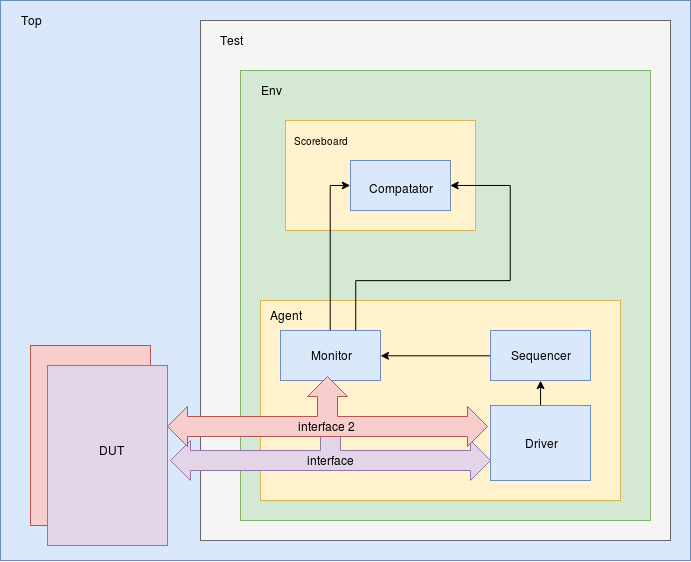
PedroHSCavalcante/mult-dut-parl-stim keeps this draw.io diagram as Diagram.png. Above is the earlier version. Source tidied: cells renumbered, new cells last; positions are measured from the earlier drawing's top-left corner, leaving out a move shared by most shapes.
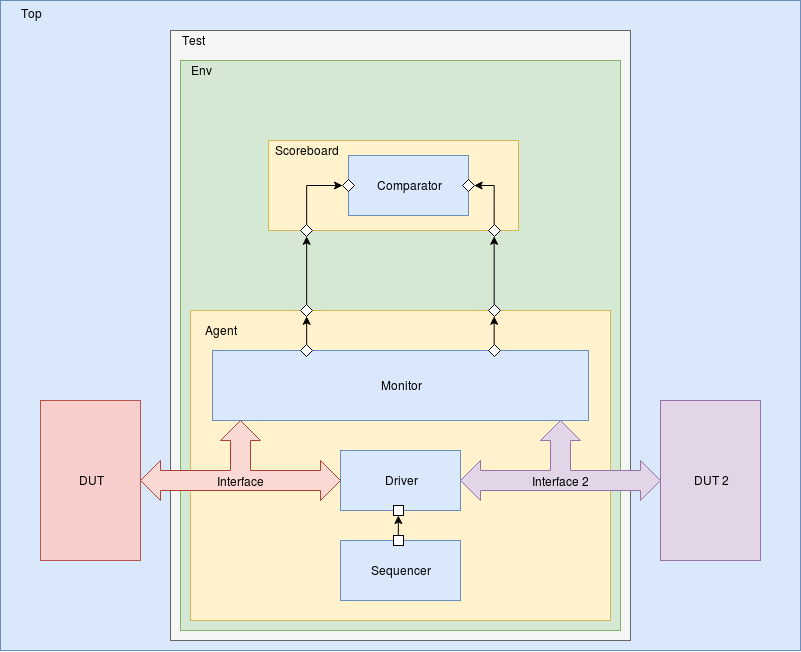
Later version of the same file.

Change to the diagram source:
```diff
@@ -3,91 +3,109 @@
     <mxCell id="0" />
     <mxCell id="1" parent="0" />
     <mxCell id="2" style="rounded=0;whiteSpace=wrap;html=1;fillColor=#dae8fc;strokeColor=#6c8ebf;" parent="1" vertex="1">
-      <mxGeometry width="690" height="560" as="geometry" />
+      <mxGeometry x="-340" y="-280" width="800" height="650" as="geometry" />
     </mxCell>
-    <mxCell id="3" style="rounded=0;whiteSpace=wrap;html=1;fillColor=#f8cecc;strokeColor=#b85450;" parent="1" vertex="1">
-      <mxGeometry x="30" y="345" width="120" height="180" as="geometry" />
+    <mxCell id="3" style="rounded=0;whiteSpace=wrap;html=1;fillColor=#f5f5f5;strokeColor=#666666;fontColor=#333333;" parent="1" vertex="1">
+      <mxGeometry x="-170" y="-250" width="460" height="610" as="geometry" />
     </mxCell>
-    <mxCell id="4" style="rounded=0;whiteSpace=wrap;html=1;fillColor=#f5f5f5;strokeColor=#666666;fontColor=#333333;" parent="1" vertex="1">
-      <mxGeometry x="200" y="20" width="470" height="520" as="geometry" />
+    <mxCell id="4" style="rounded=0;whiteSpace=wrap;html=1;fillColor=#d5e8d4;strokeColor=#82b366;" parent="1" vertex="1">
+      <mxGeometry x="-160" y="-220" width="440" height="570" as="geometry" />
     </mxCell>
-    <mxCell id="5" style="rounded=0;whiteSpace=wrap;html=1;fillColor=#d5e8d4;strokeColor=#82b366;" parent="1" vertex="1">
-      <mxGeometry x="240" y="70" width="410" height="450" as="geometry" />
+    <mxCell id="5" style="rounded=0;whiteSpace=wrap;html=1;fillColor=#fff2cc;strokeColor=#d6b656;" parent="1" vertex="1">
+      <mxGeometry x="-150" y="30" width="420" height="310" as="geometry" />
     </mxCell>
-    <mxCell id="6" style="rounded=0;whiteSpace=wrap;html=1;fillColor=#fff2cc;strokeColor=#d6b656;" parent="1" vertex="1">
-      <mxGeometry x="260" y="300" width="360" height="200" as="geometry" />
+    <mxCell id="6" value="Sequencer" style="rounded=0;whiteSpace=wrap;html=1;fillColor=#dae8fc;strokeColor=#6c8ebf;" parent="1" vertex="1">
+      <mxGeometry y="260" width="120" height="60" as="geometry" />
     </mxCell>
-    <mxCell id="7" style="rounded=0;whiteSpace=wrap;html=1;fillColor=#dae8fc;strokeColor=#6c8ebf;" parent="1" vertex="1">
-      <mxGeometry x="280" y="330" width="100" height="50" as="geometry" />
+    <mxCell id="7" value="Driver" style="rounded=0;whiteSpace=wrap;html=1;fillColor=#dae8fc;strokeColor=#6c8ebf;" parent="1" vertex="1">
+      <mxGeometry y="170" width="120" height="60" as="geometry" />
     </mxCell>
-    <mxCell id="8" style="edgeStyle=orthogonalEdgeStyle;rounded=0;jettySize=auto;html=1;exitX=0.5;exitY=0;exitDx=0;exitDy=0;entryX=0.5;entryY=1;entryDx=0;entryDy=0;" parent="1" edge="1" source="9" target="11">
-      <mxGeometry relative="1" as="geometry" />
+    <mxCell id="8" value="Monitor" style="rounded=0;whiteSpace=wrap;html=1;fillColor=#dae8fc;strokeColor=#6c8ebf;" parent="1" vertex="1">
+      <mxGeometry x="-128" y="70" width="376" height="70" as="geometry" />
     </mxCell>
-    <mxCell id="9" style="rounded=0;whiteSpace=wrap;html=1;fillColor=#dae8fc;strokeColor=#6c8ebf;" parent="1" vertex="1">
-      <mxGeometry x="490" y="405" width="100" height="75" as="geometry" />
+    <mxCell id="9" value="&lt;div&gt;&lt;br&gt;&lt;/div&gt;&lt;div&gt;&lt;br&gt;&lt;/div&gt;&lt;div&gt;&lt;br&gt;&lt;/div&gt;&lt;div&gt;Interface 2&lt;/div&gt;" style="html=1;shadow=0;dashed=0;align=center;verticalAlign=middle;shape=mxgraph.arrows2.triadArrow;dy=10;dx=20;arrowHead=40;fillColor=#e1d5e7;strokeColor=#9673a6;" parent="1" vertex="1">
+      <mxGeometry x="120" y="140" width="200" height="80" as="geometry" />
     </mxCell>
-    <mxCell id="10" style="edgeStyle=orthogonalEdgeStyle;rounded=0;jettySize=auto;html=1;exitX=0;exitY=0.5;exitDx=0;exitDy=0;entryX=1;entryY=0.5;entryDx=0;entryDy=0;" parent="1" edge="1" source="11" target="7">
-      <mxGeometry relative="1" as="geometry" />
+    <mxCell id="10" value="&lt;div&gt;&lt;br&gt;&lt;/div&gt;&lt;div&gt;&lt;br&gt;&lt;/div&gt;&lt;div&gt;&lt;br&gt;&lt;/div&gt;&lt;div&gt;Interface&lt;/div&gt;" style="html=1;shadow=0;dashed=0;align=center;verticalAlign=middle;shape=mxgraph.arrows2.triadArrow;dy=10;dx=20;arrowHead=40;fillColor=#fad9d5;strokeColor=#ae4132;" parent="1" vertex="1">
+      <mxGeometry x="-200" y="140" width="200" height="80" as="geometry" />
     </mxCell>
-    <mxCell id="11" value="Sequencer" style="rounded=0;whiteSpace=wrap;html=1;fillColor=#dae8fc;strokeColor=#6c8ebf;" parent="1" vertex="1">
-      <mxGeometry x="490" y="330" width="100" height="50" as="geometry" />
+    <mxCell id="11" value="Agent" style="text;html=1;strokeColor=none;fillColor=none;align=center;verticalAlign=middle;whiteSpace=wrap;rounded=0;" parent="1" vertex="1">
+      <mxGeometry x="-140" y="40" width="40" height="20" as="geometry" />
     </mxCell>
-    <mxCell id="12" value="Top" style="text;html=1;strokeColor=none;fillColor=none;align=center;verticalAlign=middle;whiteSpace=wrap;rounded=0;" parent="1" vertex="1">
-      <mxGeometry x="10" y="10" width="40" height="20" as="geometry" />
+    <mxCell id="12" value="DUT" style="rounded=0;whiteSpace=wrap;html=1;fillColor=#f8cecc;strokeColor=#b85450;" parent="1" vertex="1">
+      <mxGeometry x="-300" y="120" width="100" height="160" as="geometry" />
     </mxCell>
-    <mxCell id="13" value="Test" style="text;html=1;strokeColor=none;fillColor=none;align=center;verticalAlign=middle;whiteSpace=wrap;rounded=0;" parent="1" vertex="1">
-      <mxGeometry x="210" y="30" width="40" height="20" as="geometry" />
+    <mxCell id="13" value="DUT 2" style="rounded=0;whiteSpace=wrap;html=1;fillColor=#e1d5e7;strokeColor=#9673a6;" parent="1" vertex="1">
+      <mxGeometry x="320" y="120" width="100" height="160" as="geometry" />
     </mxCell>
-    <mxCell id="14" value="Env" style="text;html=1;strokeColor=none;fillColor=none;align=center;verticalAlign=middle;whiteSpace=wrap;rounded=0;" parent="1" vertex="1">
-      <mxGeometry x="250" y="80" width="40" height="20" as="geometry" />
+    <mxCell id="14" style="rounded=0;whiteSpace=wrap;html=1;fillColor=#fff2cc;strokeColor=#d6b656;" parent="1" vertex="1">
+      <mxGeometry x="-72" y="-140" width="250" height="90" as="geometry" />
     </mxCell>
-    <mxCell id="15" value="Monitor" style="text;html=1;strokeColor=none;fillColor=none;align=center;verticalAlign=middle;whiteSpace=wrap;rounded=0;" parent="1" vertex="1">
-      <mxGeometry x="310" y="345" width="40" height="20" as="geometry" />
+    <mxCell id="15" value="Comparator" style="rounded=0;whiteSpace=wrap;html=1;fillColor=#dae8fc;strokeColor=#6c8ebf;" parent="1" vertex="1">
+      <mxGeometry x="8" y="-125" width="120" height="60" as="geometry" />
     </mxCell>
-    <mxCell id="16" value="Driver" style="text;html=1;strokeColor=none;fillColor=none;align=center;verticalAlign=middle;whiteSpace=wrap;rounded=0;" parent="1" vertex="1">
-      <mxGeometry x="520" y="432.5" width="40" height="20" as="geometry" />
+    <mxCell id="16" style="edgeStyle=orthogonalEdgeStyle;rounded=0;jettySize=auto;html=1;exitX=0.5;exitY=0;exitDx=0;exitDy=0;entryX=0.5;entryY=1;entryDx=0;entryDy=0;" parent="1" edge="1" source="17" target="29">
+      <mxGeometry relative="1" as="geometry" />
     </mxCell>
-    <mxCell id="17" value="Agent" style="text;html=1;strokeColor=none;fillColor=none;align=center;verticalAlign=middle;whiteSpace=wrap;rounded=0;" parent="1" vertex="1">
-      <mxGeometry x="265" y="305" width="40" height="20" as="geometry" />
+    <mxCell id="17" style="rhombus;whiteSpace=wrap;html=1;" parent="1" vertex="1">
+      <mxGeometry x="-40" y="64" width="12" height="12" as="geometry" />
     </mxCell>
-    <mxCell id="18" style="rounded=0;whiteSpace=wrap;html=1;fillColor=#fff2cc;strokeColor=#d6b656;" parent="1" vertex="1">
-      <mxGeometry x="285" y="120" width="190" height="110" as="geometry" />
+    <mxCell id="18" style="edgeStyle=orthogonalEdgeStyle;rounded=0;jettySize=auto;html=1;exitX=0.5;exitY=0;exitDx=0;exitDy=0;entryX=0.5;entryY=1;entryDx=0;entryDy=0;" parent="1" edge="1" source="19" target="21">
+      <mxGeometry relative="1" as="geometry" />
     </mxCell>
-    <mxCell id="19" value="&lt;font style=&quot;font-size: 10px&quot;&gt;Scoreboard&lt;/font&gt;" style="text;html=1;strokeColor=none;fillColor=none;align=center;verticalAlign=middle;whiteSpace=wrap;rounded=0;" parent="1" vertex="1">
-      <mxGeometry x="300" y="130" width="40" height="20" as="geometry" />
+    <mxCell id="19" style="rhombus;whiteSpace=wrap;html=1;" parent="1" vertex="1">
+      <mxGeometry x="148" y="64" width="12" height="12" as="geometry" />
     </mxCell>
-    <mxCell id="20" style="group;" parent="1" vertex="1">
-      <mxGeometry x="350" y="160" width="100" height="50" as="geometry" />
+    <mxCell id="20" style="edgeStyle=orthogonalEdgeStyle;rounded=0;jettySize=auto;html=1;exitX=0.5;exitY=0;exitDx=0;exitDy=0;entryX=0.5;entryY=1;entryDx=0;entryDy=0;" parent="1" edge="1" source="21" target="23">
+      <mxGeometry relative="1" as="geometry" />
     </mxCell>
-    <mxCell id="21" style="rounded=0;whiteSpace=wrap;html=1;fillColor=#dae8fc;strokeColor=#6c8ebf;" parent="20" vertex="1">
-      <mxGeometry width="100" height="50" as="geometry" />
+    <mxCell id="21" style="rhombus;whiteSpace=wrap;html=1;" parent="1" vertex="1">
+      <mxGeometry x="148" y="24" width="12" height="12" as="geometry" />
     </mxCell>
-    <mxCell id="22" value="Compatator" style="text;html=1;strokeColor=none;fillColor=none;align=center;verticalAlign=middle;whiteSpace=wrap;rounded=0;" parent="20" vertex="1">
-      <mxGeometry x="30" y="20" width="40" height="15" as="geometry" />
+    <mxCell id="22" style="edgeStyle=orthogonalEdgeStyle;rounded=0;jettySize=auto;html=1;exitX=0.5;exitY=0;exitDx=0;exitDy=0;entryX=1;entryY=0.5;entryDx=0;entryDy=0;" parent="1" edge="1" source="23" target="24">
+      <mxGeometry relative="1" as="geometry" />
     </mxCell>
-    <mxCell id="23" style="edgeStyle=orthogonalEdgeStyle;rounded=0;jettySize=auto;html=1;exitX=0.75;exitY=0;exitDx=0;exitDy=0;entryX=1;entryY=0.5;entryDx=0;entryDy=0;" parent="1" edge="1" source="7" target="21">
-      <mxGeometry relative="1" as="geometry">
-        <Array as="points">
-          <mxPoint x="355" y="280" />
-          <mxPoint x="510" y="280" />
-          <mxPoint x="510" y="185" />
-        </Array>
-      </mxGeometry>
+    <mxCell id="23" style="rhombus;whiteSpace=wrap;html=1;" parent="1" vertex="1">
+      <mxGeometry x="148" y="-56" width="12" height="12" as="geometry" />
     </mxCell>
-    <mxCell id="24" style="rounded=0;whiteSpace=wrap;html=1;fillColor=#e1d5e7;strokeColor=#9673a6;" parent="1" vertex="1">
-      <mxGeometry x="47" y="365" width="120" height="180" as="geometry" />
+    <mxCell id="24" style="rhombus;whiteSpace=wrap;html=1;" parent="1" vertex="1">
+      <mxGeometry x="122" y="-101" width="12" height="12" as="geometry" />
     </mxCell>
-    <mxCell id="25" value="DUT" style="text;html=1;strokeColor=none;fillColor=none;align=center;verticalAlign=middle;whiteSpace=wrap;rounded=0;" parent="1" vertex="1">
-      <mxGeometry x="90" y="439.5" width="40" height="20" as="geometry" />
+    <mxCell id="25" style="rhombus;whiteSpace=wrap;html=1;" parent="1" vertex="1">
+      <mxGeometry x="2" y="-101" width="12" height="12" as="geometry" />
     </mxCell>
-    <mxCell id="26" style="edgeStyle=orthogonalEdgeStyle;rounded=0;jettySize=auto;html=1;exitX=0.5;exitY=0;exitDx=0;exitDy=0;entryX=0;entryY=0.5;entryDx=0;entryDy=0;" parent="1" edge="1" source="7" target="21">
+    <mxCell id="26" style="edgeStyle=orthogonalEdgeStyle;rounded=0;jettySize=auto;html=1;exitX=0.5;exitY=0;exitDx=0;exitDy=0;entryX=0;entryY=0.5;entryDx=0;entryDy=0;" parent="1" edge="1" source="27" target="25">
       <mxGeometry relative="1" as="geometry" />
     </mxCell>
-    <mxCell id="27" value="&lt;div&gt;&lt;br&gt;&lt;/div&gt;&lt;div&gt;&lt;br&gt;&lt;/div&gt;&lt;div&gt;interface&lt;/div&gt;" style="html=1;shadow=0;dashed=0;align=center;verticalAlign=middle;shape=mxgraph.arrows2.triadArrow;dy=10;dx=20;arrowHead=40;fillColor=#e1d5e7;strokeColor=#9673a6;" parent="1" vertex="1">
-      <mxGeometry x="170" y="410" width="320" height="70" as="geometry" />
+    <mxCell id="27" style="rhombus;whiteSpace=wrap;html=1;" parent="1" vertex="1">
+      <mxGeometry x="-40" y="-56" width="12" height="12" as="geometry" />
     </mxCell>
-    <mxCell id="28" value="&lt;div&gt;&lt;br&gt;&lt;/div&gt;&lt;div&gt;&lt;br&gt;&lt;/div&gt;&lt;div&gt;interface 2&lt;/div&gt;" style="html=1;shadow=0;dashed=0;align=center;verticalAlign=middle;shape=mxgraph.arrows2.triadArrow;dy=10;dx=20;arrowHead=40;fillColor=#f8cecc;strokeColor=#b85450;" parent="1" vertex="1">
-      <mxGeometry x="167" y="376" width="320" height="70" as="geometry" />
+    <mxCell id="28" style="edgeStyle=orthogonalEdgeStyle;rounded=0;jettySize=auto;html=1;exitX=0.5;exitY=0;exitDx=0;exitDy=0;entryX=0.5;entryY=1;entryDx=0;entryDy=0;" parent="1" edge="1" source="29" target="27">
+      <mxGeometry relative="1" as="geometry" />
     </mxCell>
+    <mxCell id="29" style="rhombus;whiteSpace=wrap;html=1;" parent="1" vertex="1">
+      <mxGeometry x="-40" y="24" width="12" height="12" as="geometry" />
+    </mxCell>
+    <mxCell id="30" style="edgeStyle=orthogonalEdgeStyle;rounded=0;jettySize=auto;html=1;exitX=0.5;exitY=0;exitDx=0;exitDy=0;entryX=0.5;entryY=1;entryDx=0;entryDy=0;" parent="1" edge="1" source="31" target="32">
+      <mxGeometry relative="1" as="geometry" />
+    </mxCell>
+    <mxCell id="31" style="rounded=0;whiteSpace=wrap;html=1;" parent="1" vertex="1">
+      <mxGeometry x="53" y="255" width="10" height="10" as="geometry" />
+    </mxCell>
+    <mxCell id="32" style="rounded=0;whiteSpace=wrap;html=1;" parent="1" vertex="1">
+      <mxGeometry x="53" y="225" width="10" height="10" as="geometry" />
+    </mxCell>
+    <mxCell id="33" value="Env" style="text;html=1;strokeColor=none;fillColor=none;align=center;verticalAlign=middle;whiteSpace=wrap;rounded=0;" parent="1" vertex="1">
+      <mxGeometry x="-160" y="-220" width="40" height="20" as="geometry" />
+    </mxCell>
+    <mxCell id="34" value="Test" style="text;html=1;strokeColor=none;fillColor=none;align=center;verticalAlign=middle;whiteSpace=wrap;rounded=0;" parent="1" vertex="1">
+      <mxGeometry x="-168" y="-250" width="40" height="20" as="geometry" />
+    </mxCell>
+    <mxCell id="35" value="&lt;div&gt;Top&lt;/div&gt;&lt;div&gt;&lt;br&gt;&lt;/div&gt;" style="text;html=1;strokeColor=none;fillColor=none;align=center;verticalAlign=middle;whiteSpace=wrap;rounded=0;" parent="1" vertex="1">
+      <mxGeometry x="-330" y="-270" width="40" height="20" as="geometry" />
+    </mxCell>
+    <mxCell id="36" value="Scoreboard" style="text;html=1;strokeColor=none;fillColor=none;align=center;verticalAlign=middle;whiteSpace=wrap;rounded=0;" parent="1" vertex="1">
+      <mxGeometry x="-54" y="-140" width="40" height="20" as="geometry" />
+    </mxCell>
   </root>
 </mxGraphModel>
```
